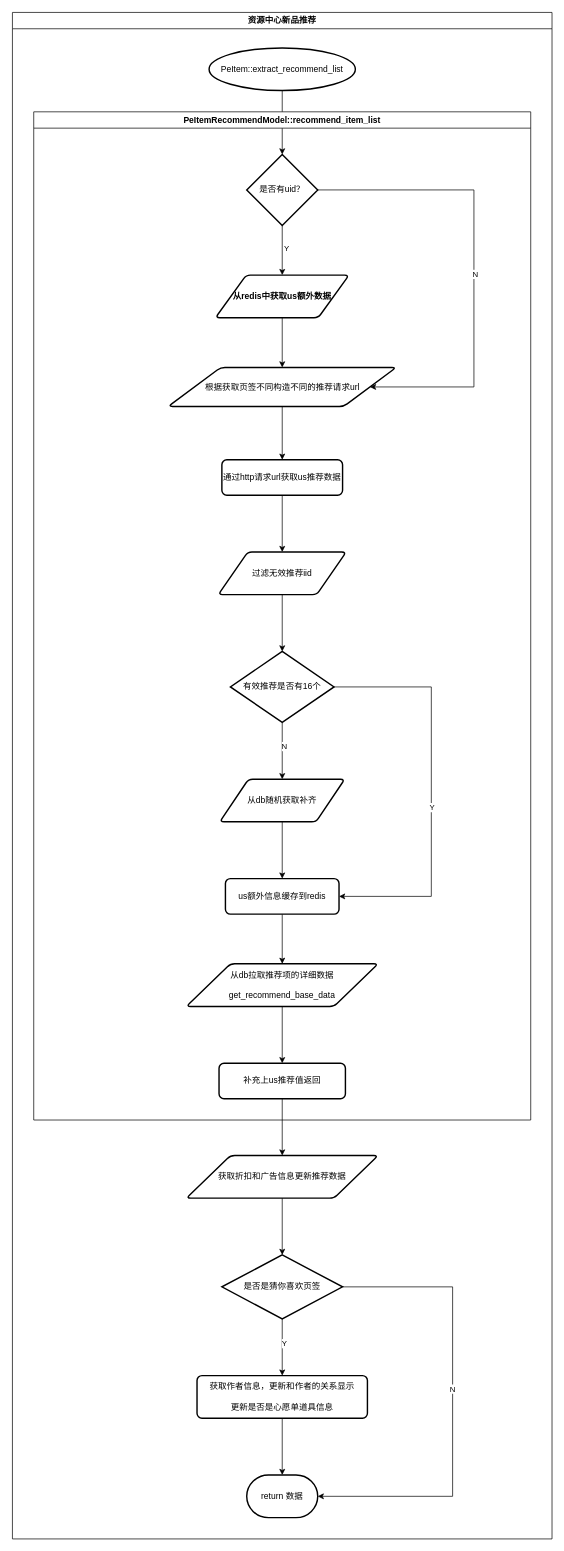
Earlier version of the draw.io diagram page "推荐系统" (7 of 7) of 网易/MC业务.drawio (Jacob0407/Diagram). Source tidied: cells renumbered, new cells numbered last; positions are measured from the earlier drawing's top-left corner, leaving out a move shared by most shapes. Both pictures are drawn from the tidied source at 71%, with x=0, y=0 at pixel (12, 12).
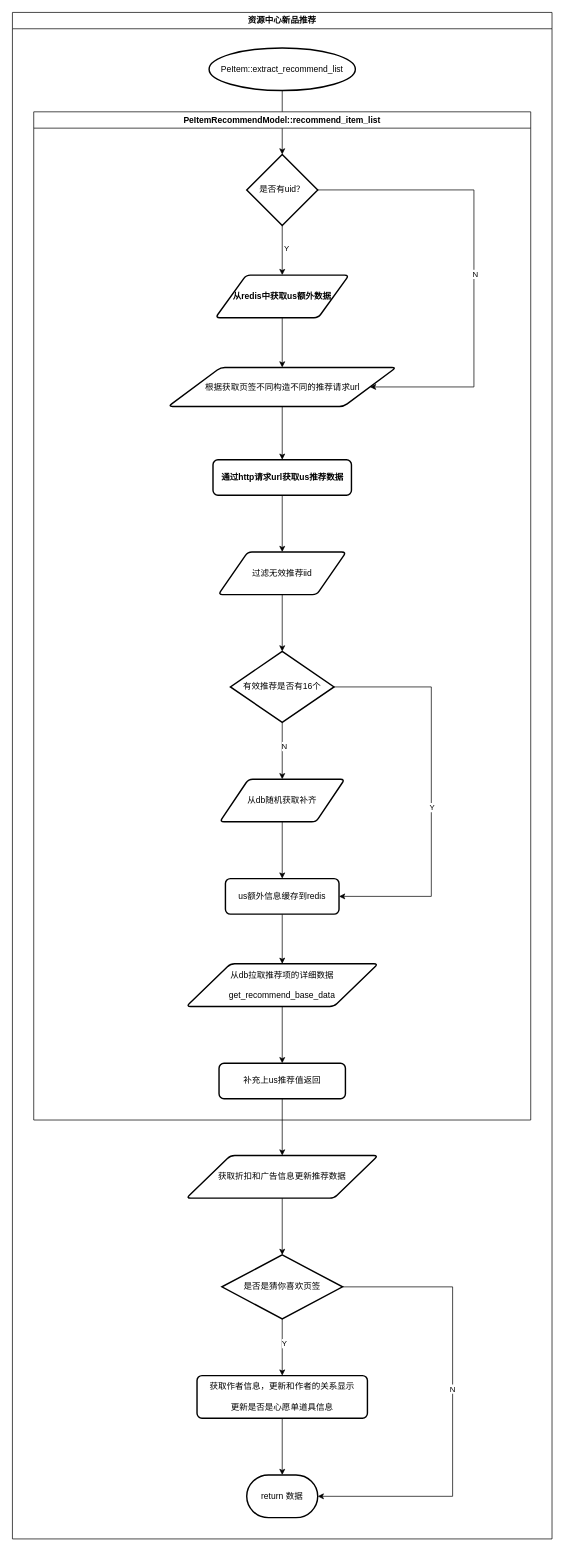
Above is the later version.

The change refers to these unchanged cells:
```xml
<mxCell id="5" value="PeItemRecommendModel::recommend_item_list" style="swimlane;whiteSpace=wrap;html=1;" parent="2" vertex="1">
  <mxGeometry x="30" y="140" width="700" height="1420" as="geometry" />
</mxCell>
```

The edit, as a diff of the source:
```diff
@@
-    <mxCell id="16" value="通过http请求url获取us推荐数据" style="rounded=1;whiteSpace=wrap;html=1;absoluteArcSize=1;arcSize=14;strokeWidth=2;" parent="5" vertex="1">
-      <mxGeometry x="265" y="490" width="170" height="50" as="geometry" />
+    <mxCell id="16" value="通过http请求url获取us推荐数据" style="rounded=1;whiteSpace=wrap;html=1;absoluteArcSize=1;arcSize=14;strokeWidth=2;fontStyle=1;" parent="5" vertex="1">
+      <mxGeometry x="252.5" y="490" width="195" height="50" as="geometry" />
     </mxCell>
```
